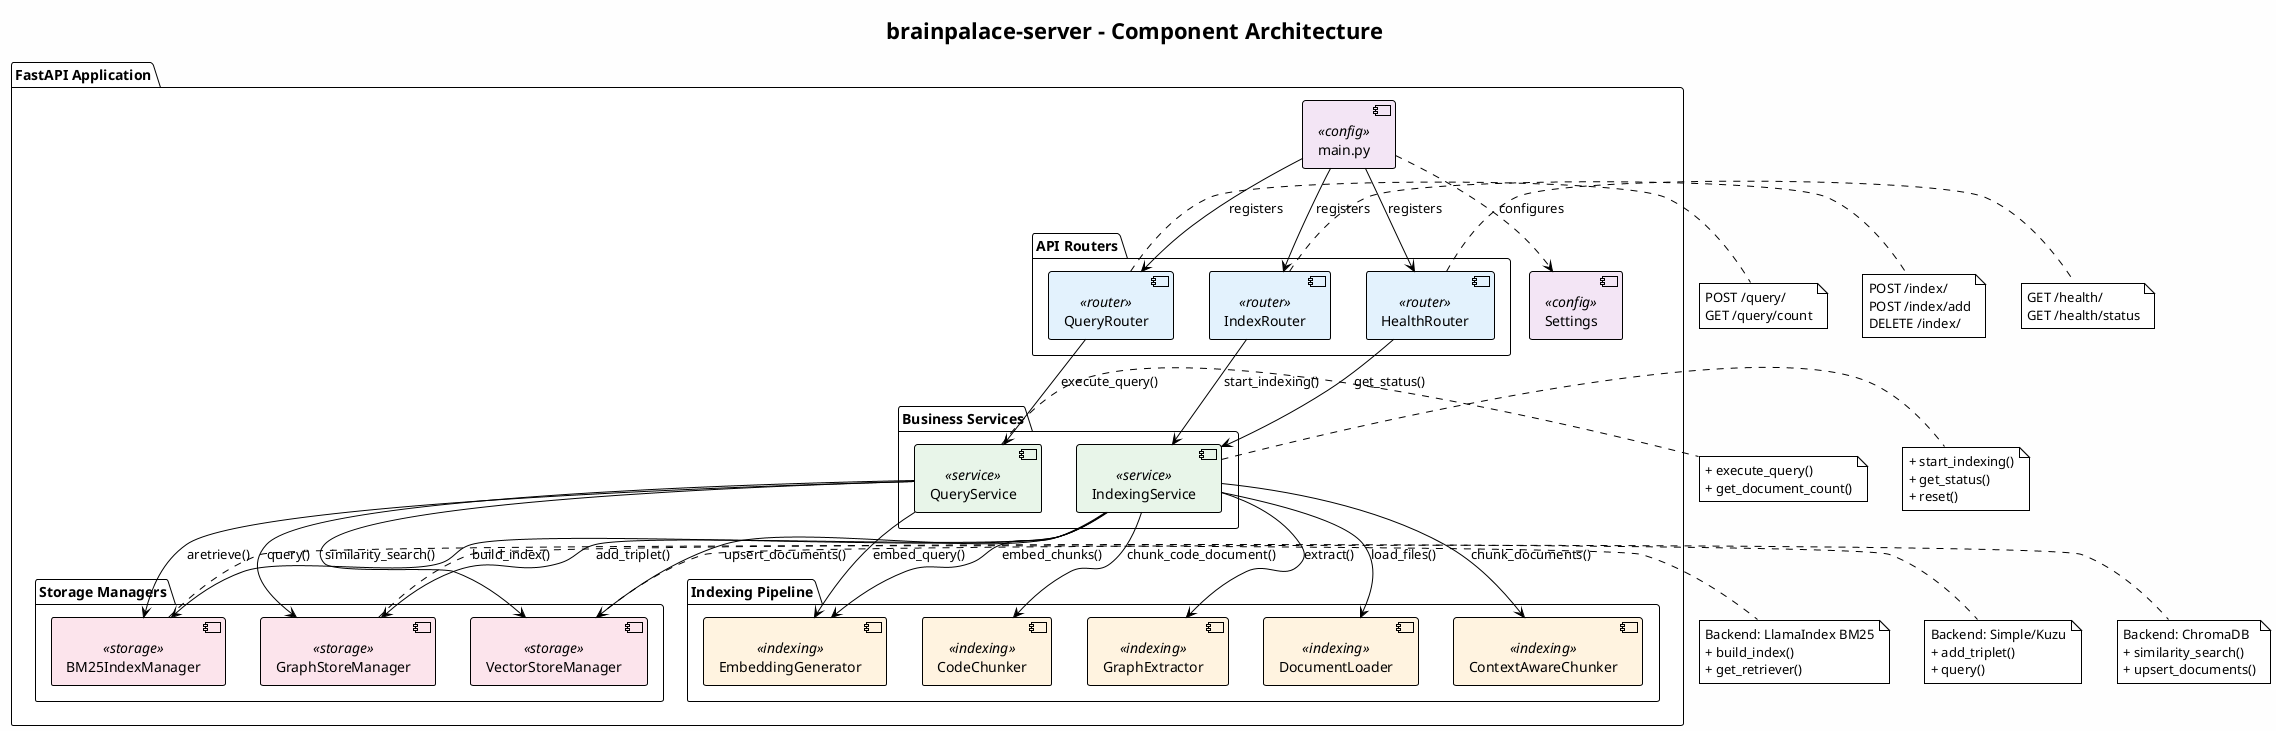
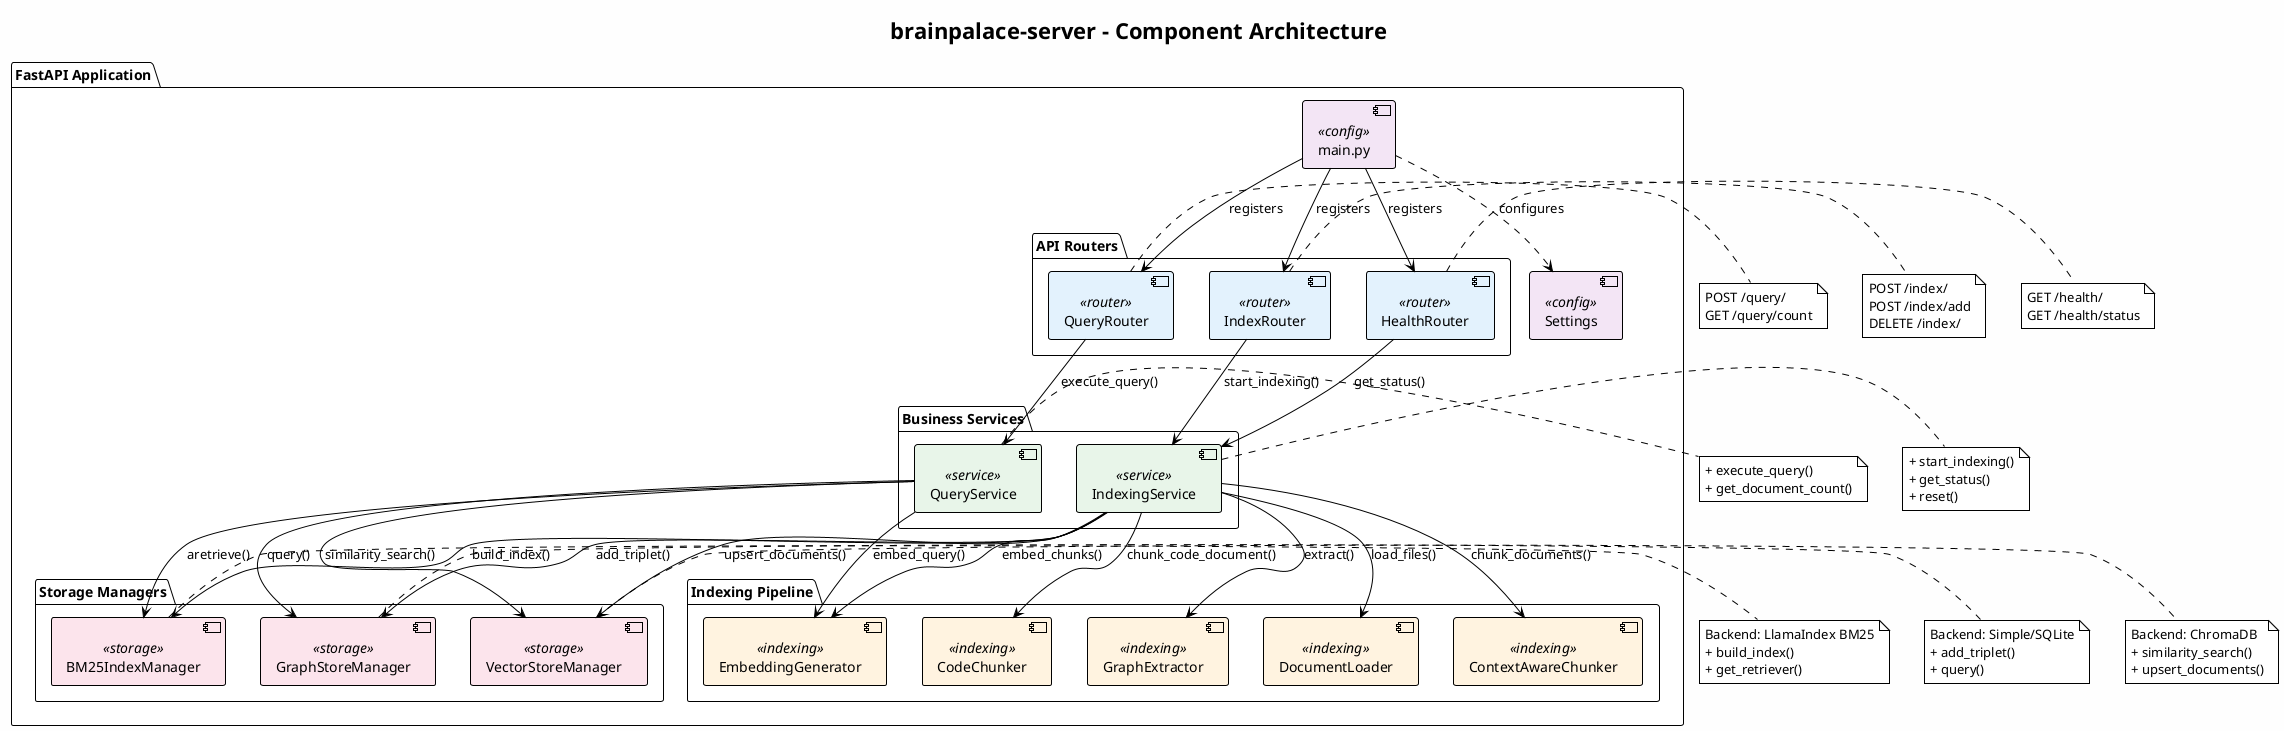
@startuml Server Components
!theme plain
skinparam backgroundColor #FEFEFE

title brainpalace-server - Component Architecture

skinparam component {
    BackgroundColor<<router>> #E3F2FD
    BackgroundColor<<service>> #E8F5E9
    BackgroundColor<<indexing>> #FFF3E0
    BackgroundColor<<storage>> #FCE4EC
    BackgroundColor<<config>> #F3E5F5
}

' FastAPI Application
package "FastAPI Application" {

    component [main.py] <<config>> as main

    ' Router Components
    package "API Routers" {
        component [HealthRouter] <<router>> as health_router
        component [QueryRouter] <<router>> as query_router
        component [IndexRouter] <<router>> as index_router
    }

    ' Service Components
    package "Business Services" {
        component [QueryService] <<service>> as query_svc
        component [IndexingService] <<service>> as index_svc
    }

    ' Indexing Components
    package "Indexing Pipeline" {
        component [DocumentLoader] <<indexing>> as doc_loader
        component [ContextAwareChunker] <<indexing>> as text_chunker
        component [CodeChunker] <<indexing>> as code_chunker
        component [EmbeddingGenerator] <<indexing>> as embedder
        component [GraphExtractor] <<indexing>> as graph_extractor
    }

    ' Storage Components
    package "Storage Managers" {
        component [VectorStoreManager] <<storage>> as vector_mgr
        component [BM25IndexManager] <<storage>> as bm25_mgr
        component [GraphStoreManager] <<storage>> as graph_mgr
    }

    ' Configuration
    component [Settings] <<config>> as settings
}

' Notes
note right of health_router
    GET /health/
    GET /health/status
end note

note right of query_router
    POST /query/
    GET /query/count
end note

note right of index_router
    POST /index/
    POST /index/add
    DELETE /index/
end note

note right of query_svc
    + execute_query()
    + get_document_count()
end note

note right of index_svc
    + start_indexing()
    + get_status()
    + reset()
end note

note right of vector_mgr
    Backend: ChromaDB
    + similarity_search()
    + upsert_documents()
end note

note right of bm25_mgr
    Backend: LlamaIndex BM25
    + build_index()
    + get_retriever()
end note

note right of graph_mgr
-     Backend: Simple/Kuzu
+     Backend: Simple/SQLite
    + add_triplet()
    + query()
end note

' Internal Connections
main --> health_router : registers
main --> query_router : registers
main --> index_router : registers

main ..> settings : configures

health_router --> index_svc : get_status()
query_router --> query_svc : execute_query()
index_router --> index_svc : start_indexing()

query_svc --> vector_mgr : similarity_search()
query_svc --> bm25_mgr : aretrieve()
query_svc --> graph_mgr : query()
query_svc --> embedder : embed_query()

index_svc --> doc_loader : load_files()
index_svc --> text_chunker : chunk_documents()
index_svc --> code_chunker : chunk_code_document()
index_svc --> embedder : embed_chunks()
index_svc --> vector_mgr : upsert_documents()
index_svc --> bm25_mgr : build_index()
index_svc --> graph_extractor : extract()
index_svc --> graph_mgr : add_triplet()

@enduml
